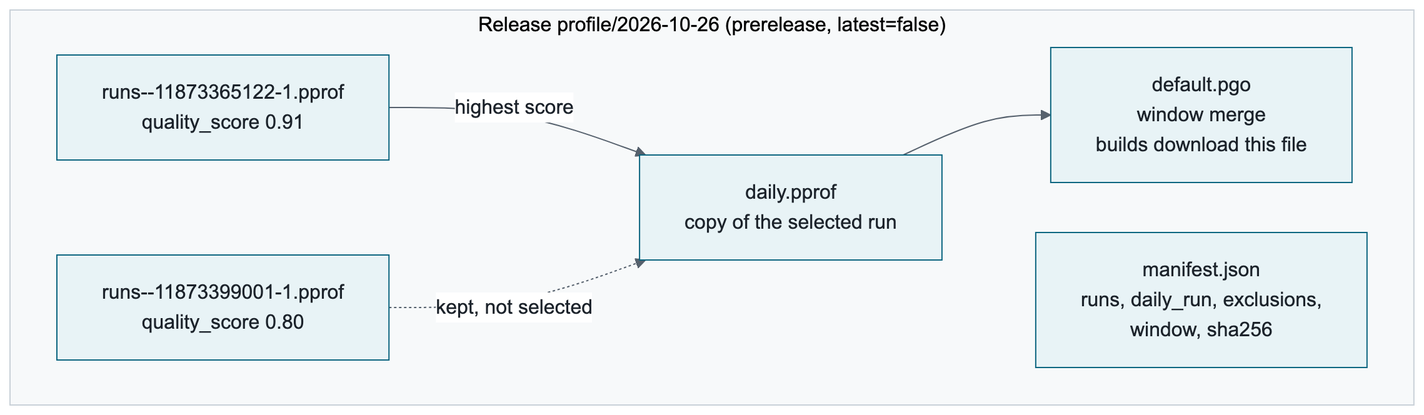
Earlier version of the Mermaid export issue-62/3-release-layout.png (better-go-labs/pgoctl). Its source is kept beside it as issue-62/3-release-layout.mmd. Source of this version:
```mermaid
flowchart LR
  subgraph REL["Release profile/2026-10-26 (prerelease, latest=false)"]
    direction LR
    R1["runs--11873365122-1.pprof<br/>quality_score 0.91"] -- "highest score" --> DP["daily.pprof<br/>copy of the selected run"]
    R2["runs--11873399001-1.pprof<br/>quality_score 0.80"] -. "kept, not selected" .-> DP
    DP --> DG["default.pgo<br/>window merge<br/>builds download this file"]
    DP ~~~ MF["manifest.json<br/>runs, daily_run, exclusions,<br/>window, sha256"]
  end
```
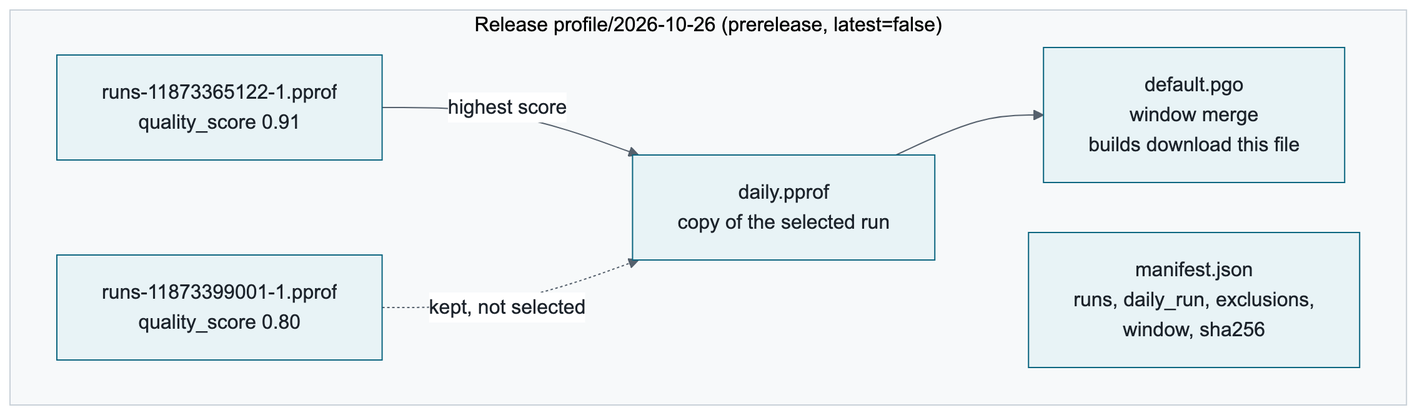
The same diagram one commit later.

Commit message:
docs: rename run assets to runs-<id>.pprof in issue 62 diagrams

The edit, as a diff of the source:
```diff
@@ -1,8 +1,8 @@
 flowchart LR
   subgraph REL["Release profile/2026-10-26 (prerelease, latest=false)"]
     direction LR
-    R1["runs--11873365122-1.pprof<br/>quality_score 0.91"] -- "highest score" --> DP["daily.pprof<br/>copy of the selected run"]
-    R2["runs--11873399001-1.pprof<br/>quality_score 0.80"] -. "kept, not selected" .-> DP
+    R1["runs-11873365122-1.pprof<br/>quality_score 0.91"] -- "highest score" --> DP["daily.pprof<br/>copy of the selected run"]
+    R2["runs-11873399001-1.pprof<br/>quality_score 0.80"] -. "kept, not selected" .-> DP
     DP --> DG["default.pgo<br/>window merge<br/>builds download this file"]
     DP ~~~ MF["manifest.json<br/>runs, daily_run, exclusions,<br/>window, sha256"]
   end
```
